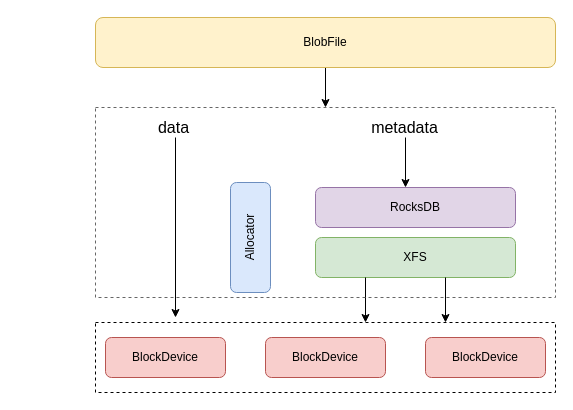
Before: bs存储底座.drawio in shimingyah/diagrams, a draw.io diagram. Source tidied: cells renumbered, new cells numbered last; positions are measured from the earlier drawing's top-left corner, leaving out a move shared by most shapes. Both pictures are drawn from the tidied source at 100%, with x=0, y=0 at pixel (95, 17).
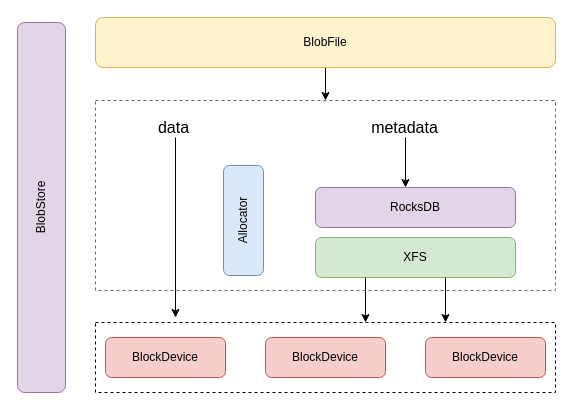
The same diagram, later.

Commit message (it also covers changes not shown here):
更新bs存储底座.drawio

Diff of the diagram source:
```diff
@@
     <mxCell id="7" value="Allocator" style="rounded=1;whiteSpace=wrap;html=1;fillColor=#dae8fc;strokeColor=#6c8ebf;rotation=-90;" parent="1" vertex="1">
-      <mxGeometry x="100" y="200" width="110" height="40" as="geometry" />
+      <mxGeometry x="93" y="183" width="110" height="40" as="geometry" />
     </mxCell>
@@
     <mxCell id="15" style="rounded=0;whiteSpace=wrap;html=1;fillColor=none;dashed=1;fontColor=#333333;strokeColor=#666666;" parent="1" vertex="1">
-      <mxGeometry y="90" width="460" height="190" as="geometry" />
+      <mxGeometry y="83" width="460" height="190" as="geometry" />
     </mxCell>
@@
+    <mxCell id="18" value="BlobStore" style="rounded=1;whiteSpace=wrap;html=1;rotation=-90;fillColor=#e1d5e7;strokeColor=#9673a6;" parent="1" vertex="1">
+      <mxGeometry x="-239" y="166" width="370" height="48" as="geometry" />
+    </mxCell>
```
